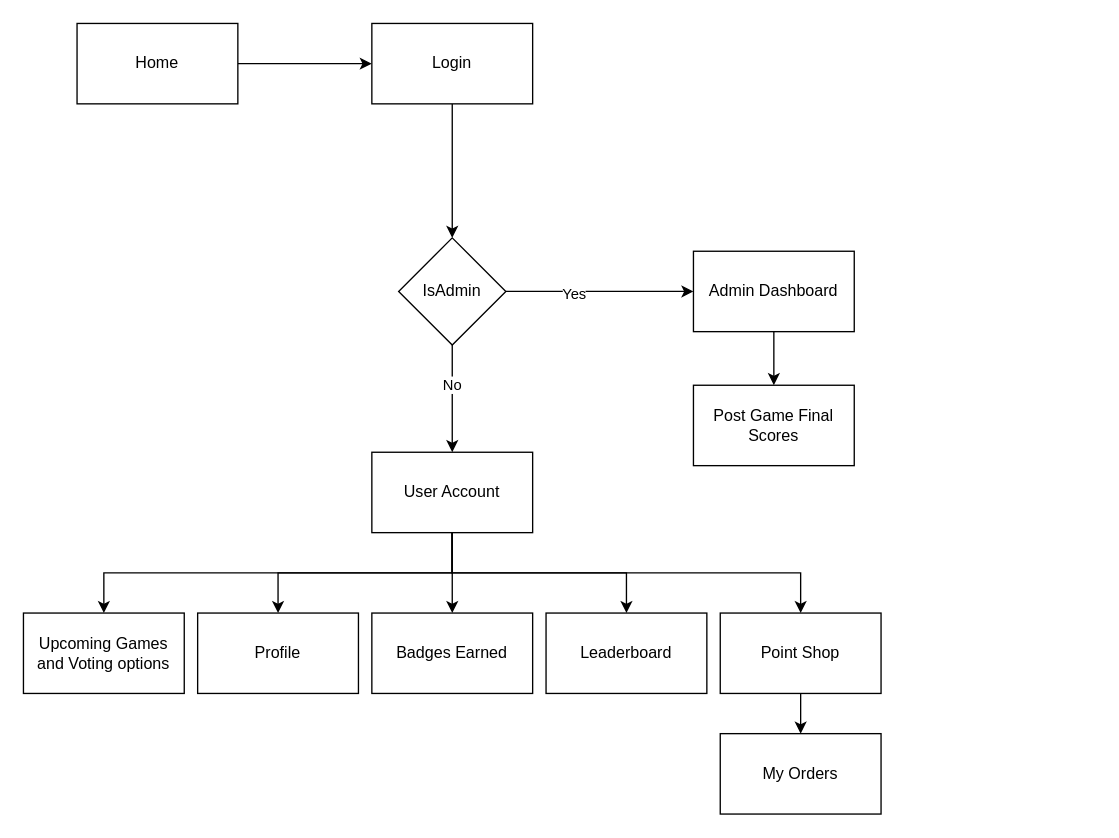
Earlier version of the draw.io diagram page "Page-1" (1 of 4) of frontend/FlowChart/FrontEnd.drawio (RMcCurdy/Bandwagon). Source tidied: cells renumbered, new cells numbered last; positions are measured from the earlier drawing's top-left corner, leaving out a move shared by most shapes. Both pictures are drawn from the tidied source at 134%, with x=0, y=0 at pixel (23, 23).
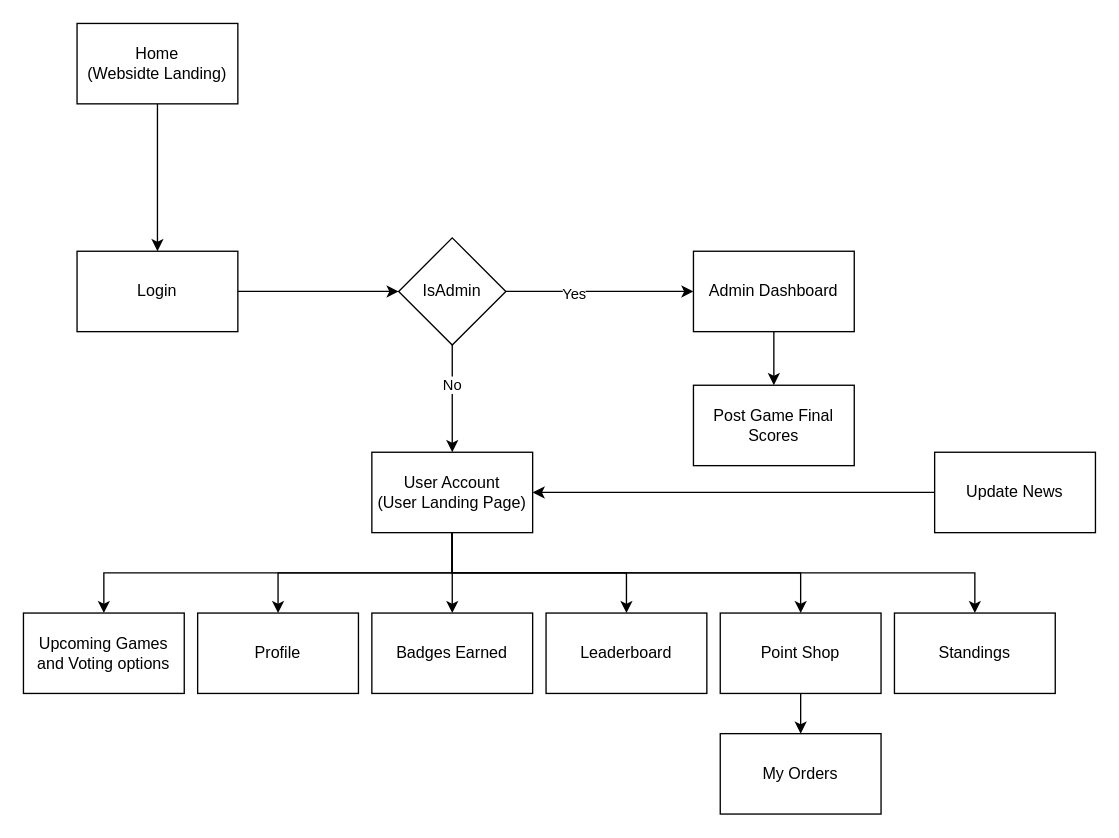
Above is the later version.

Unchanged cells that the change refers to:
```xml
<mxCell id="8" value="IsAdmin" style="rhombus;whiteSpace=wrap;html=1;" parent="1" vertex="1">
  <mxGeometry x="280" y="160" width="80" height="80" as="geometry" />
</mxCell>
```

Change to the diagram source:
```diff
@@
-    <mxCell id="2" style="edgeStyle=orthogonalEdgeStyle;rounded=0;jettySize=auto;html=1;exitX=1;exitY=0.5;exitDx=0;exitDy=0;entryX=0;entryY=0.5;entryDx=0;entryDy=0;" parent="1" edge="1" source="3" target="5">
+    <mxCell id="2" style="edgeStyle=orthogonalEdgeStyle;rounded=0;jettySize=auto;html=1;exitX=0.5;exitY=1;exitDx=0;exitDy=0;entryX=0.5;entryY=0;entryDx=0;entryDy=0;" parent="1" edge="1" source="3" target="5">
       <mxGeometry relative="1" as="geometry" />
     </mxCell>
-    <mxCell id="3" value="Home" style="rounded=0;whiteSpace=wrap;html=1;" parent="1" vertex="1">
+    <mxCell id="3" value="Home&lt;br&gt;(Websidte Landing)" style="rounded=0;whiteSpace=wrap;html=1;" parent="1" vertex="1">
       <mxGeometry x="40" width="120" height="60" as="geometry" />
     </mxCell>
-    <mxCell id="4" style="edgeStyle=orthogonalEdgeStyle;rounded=0;jettySize=auto;html=1;exitX=0.5;exitY=1;exitDx=0;exitDy=0;entryX=0.5;entryY=0;entryDx=0;entryDy=0;" parent="1" edge="1" source="5" target="8">
+    <mxCell id="4" style="edgeStyle=orthogonalEdgeStyle;rounded=0;jettySize=auto;html=1;exitX=1;exitY=0.5;exitDx=0;exitDy=0;entryX=0;entryY=0.5;entryDx=0;entryDy=0;" parent="1" edge="1" source="5" target="8">
       <mxGeometry relative="1" as="geometry" />
     </mxCell>
     <mxCell id="5" value="Login" style="rounded=0;whiteSpace=wrap;html=1;" parent="1" vertex="1">
-      <mxGeometry x="260" width="120" height="60" as="geometry" />
+      <mxGeometry x="40" y="170" width="120" height="60" as="geometry" />
     </mxCell>
@@
+    <mxCell id="27" style="edgeStyle=orthogonalEdgeStyle;rounded=0;jettySize=auto;html=1;exitX=0.5;exitY=1;exitDx=0;exitDy=0;entryX=0.5;entryY=0;entryDx=0;entryDy=0;" parent="1" edge="1" source="18" target="30">
+      <mxGeometry relative="1" as="geometry" />
+    </mxCell>
-    <mxCell id="18" value="User Account" style="rounded=0;whiteSpace=wrap;html=1;" parent="1" vertex="1">
+    <mxCell id="18" value="User Account&lt;br&gt;(User Landing Page)" style="rounded=0;whiteSpace=wrap;html=1;" parent="1" vertex="1">
       <mxGeometry x="260" y="320" width="120" height="60" as="geometry" />
     </mxCell>
@@
+    <mxCell id="28" style="edgeStyle=orthogonalEdgeStyle;rounded=0;jettySize=auto;html=1;exitX=0;exitY=0.5;exitDx=0;exitDy=0;entryX=1;entryY=0.5;entryDx=0;entryDy=0;" parent="1" edge="1" source="29" target="18">
+      <mxGeometry relative="1" as="geometry" />
+    </mxCell>
+    <mxCell id="29" value="Update News" style="rounded=0;whiteSpace=wrap;html=1;" parent="1" vertex="1">
+      <mxGeometry x="680" y="320" width="120" height="60" as="geometry" />
+    </mxCell>
+    <mxCell id="30" value="Standings" style="rounded=0;whiteSpace=wrap;html=1;" parent="1" vertex="1">
+      <mxGeometry x="650" y="440" width="120" height="60" as="geometry" />
+    </mxCell>
```
